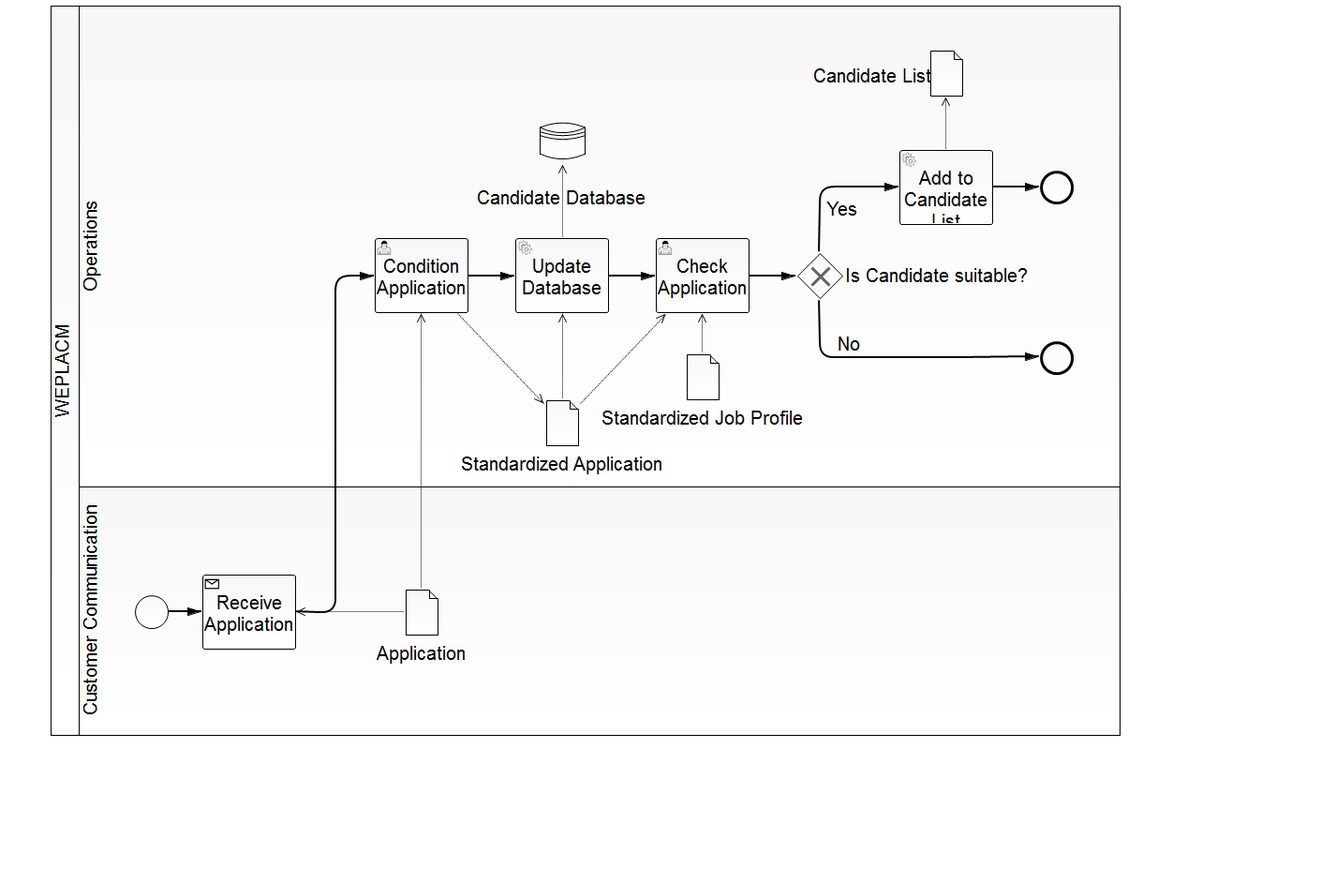
Before: src/main/resources/handle_applications.png, a diagram exported from BPMN (SandraLe/WEPLACM). Its source is kept beside it as src/main/resources/handle_applications.bpmn. Ids are renumbered.
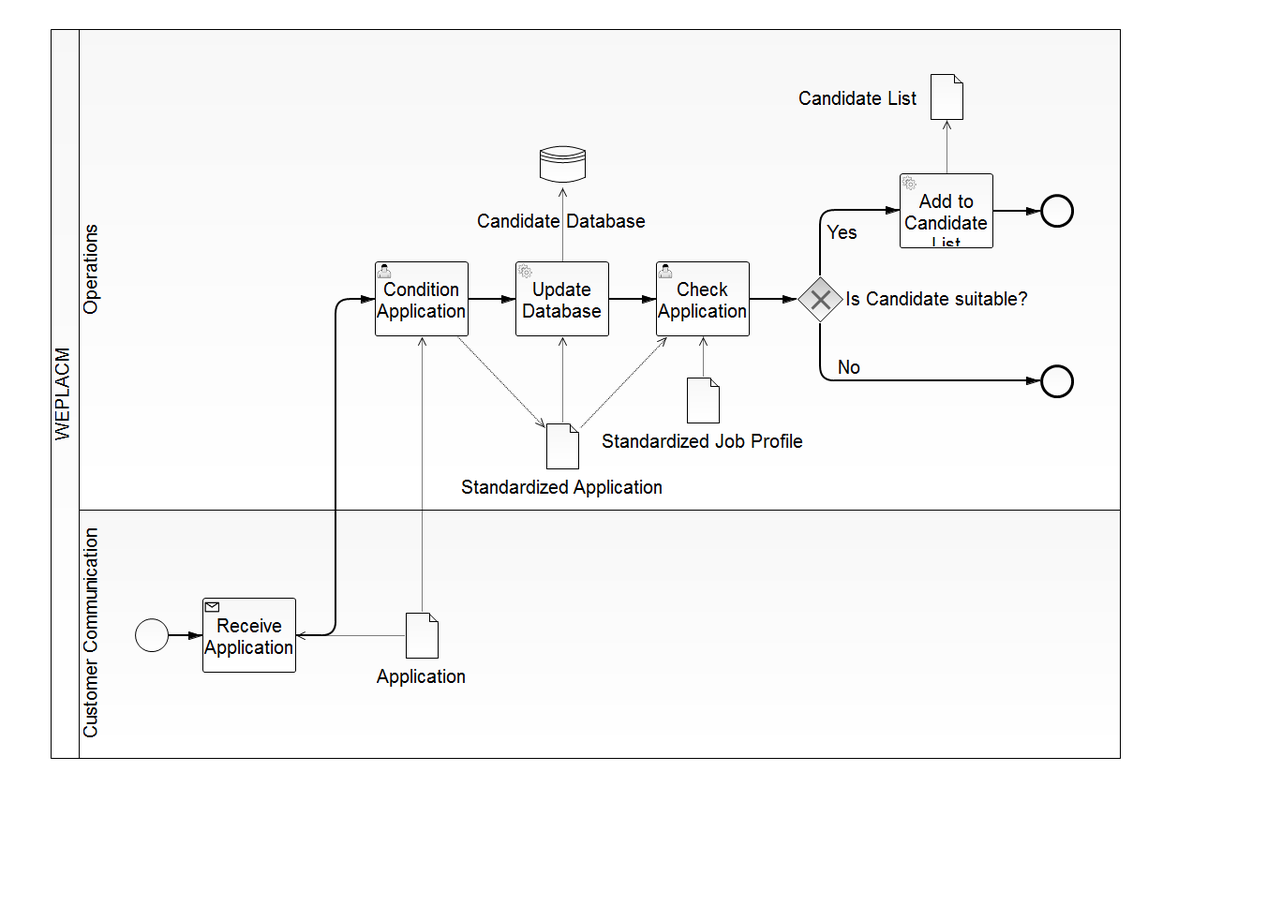
The same diagram one commit later.

Change to the diagram source:
```diff
@@ -10,13 +10,13 @@
         <bpmn2:flowNodeRef>UpdateDatabase</bpmn2:flowNodeRef>
         <bpmn2:flowNodeRef>CheckApplication</bpmn2:flowNodeRef>
         <bpmn2:flowNodeRef>IsCandidateSuitable</bpmn2:flowNodeRef>
-        <bpmn2:flowNodeRef>EndEvent_2</bpmn2:flowNodeRef>
+        <bpmn2:flowNodeRef>EndEvent_HandleApplications_No</bpmn2:flowNodeRef>
         <bpmn2:flowNodeRef>AddToCandidateList</bpmn2:flowNodeRef>
-        <bpmn2:flowNodeRef>EndEvent_1</bpmn2:flowNodeRef>
+        <bpmn2:flowNodeRef>EndEvent_HandleApplications_Yes</bpmn2:flowNodeRef>
       </bpmn2:lane>
       <bpmn2:lane id="CustomerCommunication" name="Customer Communication">
         <bpmn2:flowNodeRef>ReceiveApplication</bpmn2:flowNodeRef>
-        <bpmn2:flowNodeRef>StartEvent_1</bpmn2:flowNodeRef>
+        <bpmn2:flowNodeRef>StartEvent_HandleApplictions</bpmn2:flowNodeRef>
       </bpmn2:lane>
     </bpmn2:laneSet>
     <bpmn2:dataStoreReference id="CandidateDatabase" name="Candidate Database" dataStoreRef="DataStore_1"/>
@@ -63,8 +63,8 @@
       <bpmn2:outgoing>SequenceFlow_15</bpmn2:outgoing>
     </bpmn2:exclusiveGateway>
     <bpmn2:sequenceFlow id="SequenceFlow_8" name="Yes" sourceRef="IsCandidateSuitable" targetRef="AddToCandidateList"/>
-    <bpmn2:sequenceFlow id="SequenceFlow_15" name="No" sourceRef="IsCandidateSuitable" targetRef="EndEvent_2"/>
-    <bpmn2:endEvent id="EndEvent_2">
+    <bpmn2:sequenceFlow id="SequenceFlow_15" name="No" sourceRef="IsCandidateSuitable" targetRef="EndEvent_HandleApplications_No"/>
+    <bpmn2:endEvent id="EndEvent_HandleApplications_No">
       <bpmn2:incoming>SequenceFlow_15</bpmn2:incoming>
     </bpmn2:endEvent>
     <bpmn2:serviceTask id="AddToCandidateList" name="Add to Candidate List">
@@ -74,8 +74,8 @@
         <bpmn2:targetRef>CandidateList</bpmn2:targetRef>
       </bpmn2:dataOutputAssociation>
     </bpmn2:serviceTask>
-    <bpmn2:sequenceFlow id="SequenceFlow_9" name="" sourceRef="AddToCandidateList" targetRef="EndEvent_1"/>
-    <bpmn2:endEvent id="EndEvent_1">
+    <bpmn2:sequenceFlow id="SequenceFlow_9" name="" sourceRef="AddToCandidateList" targetRef="EndEvent_HandleApplications_Yes"/>
+    <bpmn2:endEvent id="EndEvent_HandleApplications_Yes">
       <bpmn2:incoming>SequenceFlow_9</bpmn2:incoming>
     </bpmn2:endEvent>
     <bpmn2:receiveTask id="ReceiveApplication" name="Receive Application">
@@ -90,15 +90,15 @@
     <bpmn2:dataObjectReference id="StandardizedJobProfile" name="Standardized Job Profile" dataObjectRef="DataObject_4"/>
     <bpmn2:dataObjectReference id="StandardizedApplication" name="Standardized Application" dataObjectRef="DataObject_3"/>
     <bpmn2:dataObjectReference id="CandidateList" name="Candidate List" dataObjectRef="DataObject_5"/>
-    <bpmn2:startEvent id="StartEvent_1">
+    <bpmn2:startEvent id="StartEvent_HandleApplictions">
       <bpmn2:outgoing>SequenceFlow_1</bpmn2:outgoing>
     </bpmn2:startEvent>
-    <bpmn2:sequenceFlow id="SequenceFlow_1" name="" sourceRef="StartEvent_1" targetRef="ReceiveApplication"/>
+    <bpmn2:sequenceFlow id="SequenceFlow_1" name="" sourceRef="StartEvent_HandleApplictions" targetRef="ReceiveApplication"/>
   </bpmn2:process>
   <bpmn2:dataStore id="DataStore_1" name="Data Store 1"/>
   <bpmndi:BPMNDiagram id="BPMNDiagram_1">
     <bpmndi:BPMNPlane id="BPMNPlane_1" bpmnElement="_Collaboration_5">
-      <bpmndi:BPMNShape id="_BPMNShape_StartEvent_13" bpmnElement="StartEvent_1">
+      <bpmndi:BPMNShape id="_BPMNShape_StartEvent_13" bpmnElement="StartEvent_HandleApplictions">
         <dc:Bounds height="36.0" width="36.0" x="144.0" y="629.0"/>
         <bpmndi:BPMNLabel>
           <dc:Bounds height="0.0" width="0.0" x="162.0" y="670.0"/>
@@ -170,7 +170,7 @@
           <dc:Bounds height="22.0" width="29.0" x="885.0" y="203.0"/>
         </bpmndi:BPMNLabel>
       </bpmndi:BPMNEdge>
-      <bpmndi:BPMNShape id="_BPMNShape_EndEvent_18" bpmnElement="EndEvent_1">
+      <bpmndi:BPMNShape id="_BPMNShape_EndEvent_18" bpmnElement="EndEvent_HandleApplications_Yes">
         <dc:Bounds height="36.0" width="36.0" x="1110.0" y="176.0"/>
         <bpmndi:BPMNLabel>
           <dc:Bounds height="0.0" width="0.0" x="1128.0" y="217.0"/>
@@ -183,7 +183,7 @@
           <dc:Bounds height="6.0" width="6.0" x="1082.0" y="194.0"/>
         </bpmndi:BPMNLabel>
       </bpmndi:BPMNEdge>
-      <bpmndi:BPMNShape id="_BPMNShape_EndEvent_19" bpmnElement="EndEvent_2">
+      <bpmndi:BPMNShape id="_BPMNShape_EndEvent_19" bpmnElement="EndEvent_HandleApplications_No">
         <dc:Bounds height="36.0" width="36.0" x="1110.0" y="358.0"/>
         <bpmndi:BPMNLabel>
           <dc:Bounds height="0.0" width="0.0" x="1128.0" y="399.0"/>
@@ -253,7 +253,7 @@
       <bpmndi:BPMNShape id="_BPMNShape_DataObjectReference_12" bpmnElement="CandidateList">
         <dc:Bounds height="50.0" width="36.0" x="992.0" y="47.0"/>
         <bpmndi:BPMNLabel>
-          <dc:Bounds height="22.0" width="89.0" x="888.0" y="61.0"/>
+          <dc:Bounds height="29.0" width="132.0" x="850.0" y="60.0"/>
         </bpmndi:BPMNLabel>
       </bpmndi:BPMNShape>
       <bpmndi:BPMNEdge id="BPMNEdge_DataOutputAssociation_5" bpmnElement="DataOutputAssociation_5" sourceElement="_BPMNShape_ServiceTask_5" targetElement="_BPMNShape_DataObjectReference_12">
```
